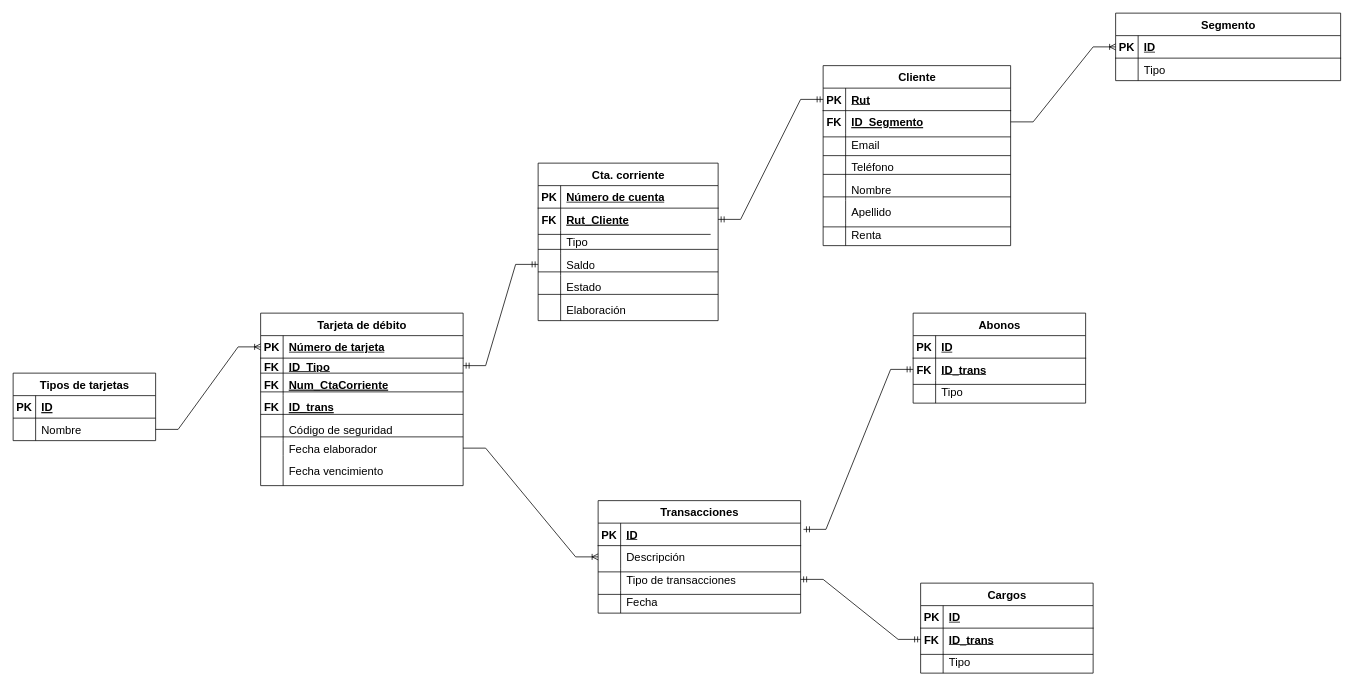
Before: ModeloRelacional.drawio in VicenteMuhr/Database, a draw.io diagram. Source tidied: cells renumbered, new cells numbered last; positions are measured from the earlier drawing's top-left corner, leaving out a move shared by most shapes. Both pictures are drawn from the tidied source at 75%, with x=0, y=0 at pixel (13, 13).
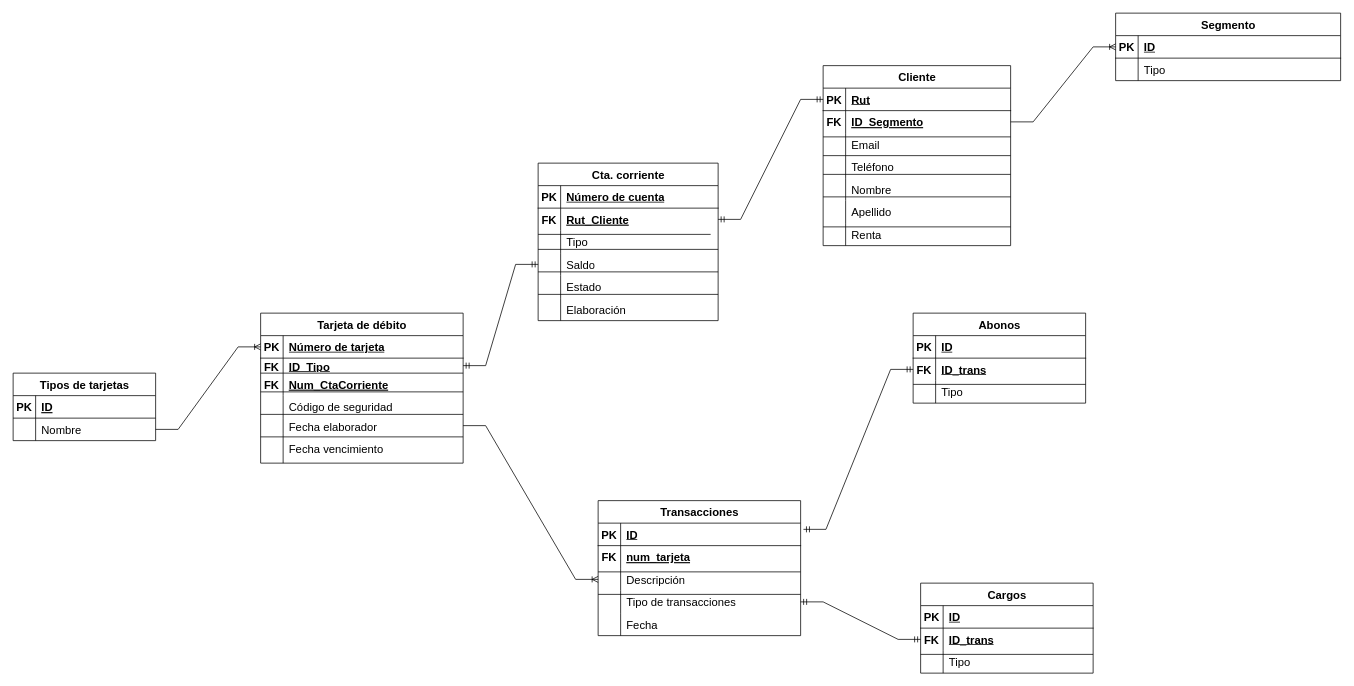
Above is the later version.

The edit, as a diff of the source:
```diff
@@
     <mxCell id="2" value="Tarjeta de débito" style="shape=table;startSize=30;childLayout=tableLayout;rowLines=0;fontStyle=1;align=center;html=1;fontSize=15;" parent="1" vertex="1">
-      <mxGeometry x="330" y="400" width="270" height="230" as="geometry" />
+      <mxGeometry x="330" y="400" width="270" height="200" as="geometry" />
     </mxCell>
@@
-    <mxCell id="12" style="shape=tableRow;horizontal=0;startSize=0;swimlaneHead=0;swimlaneBody=0;fillColor=none;top=0;left=0;right=0;bottom=0;fontSize=15;" parent="2" vertex="1">
-      <mxGeometry y="110" width="270" height="30" as="geometry" />
-    </mxCell>
-    <mxCell id="13" value="FK" style="shape=partialRectangle;fillColor=none;top=0;left=0;bottom=0;right=0;overflow=hidden;fontSize=15;fontStyle=1;" parent="12" vertex="1">
-      <mxGeometry width="30" height="30" as="geometry" />
-    </mxCell>
-    <mxCell id="14" value="ID_trans" style="shape=partialRectangle;fillColor=none;top=0;left=0;bottom=0;right=0;align=left;spacingLeft=6;overflow=hidden;fontSize=15;fontStyle=5;" parent="12" vertex="1">
-      <mxGeometry x="30" width="240" height="30" as="geometry" />
-    </mxCell>
     <mxCell id="15" style="shape=tableRow;horizontal=0;startSize=0;swimlaneHead=0;swimlaneBody=0;fillColor=none;top=0;left=0;right=0;bottom=0;fontSize=15;" parent="2" vertex="1">
-      <mxGeometry y="140" width="270" height="30" as="geometry" />
+      <mxGeometry y="110" width="270" height="30" as="geometry" />
     </mxCell>
@@
     <mxCell id="18" style="shape=tableRow;horizontal=0;startSize=0;swimlaneHead=0;swimlaneBody=0;fillColor=none;points=[[0,0.5],[1,0.5]];portConstraint=eastwest;top=0;left=0;right=0;bottom=0;fontSize=15;" parent="2" vertex="1">
-      <mxGeometry y="170" width="270" height="20" as="geometry" />
+      <mxGeometry y="140" width="270" height="20" as="geometry" />
     </mxCell>
@@
     <mxCell id="21" style="shape=tableRow;horizontal=0;startSize=0;swimlaneHead=0;swimlaneBody=0;fillColor=none;points=[[0,0.5],[1,0.5]];portConstraint=eastwest;top=0;left=0;right=0;bottom=0;fontSize=15;" parent="2" vertex="1">
-      <mxGeometry y="190" width="270" height="40" as="geometry" />
+      <mxGeometry y="160" width="270" height="40" as="geometry" />
     </mxCell>
@@
     <mxCell id="36" value="Transacciones" style="shape=table;startSize=30;childLayout=tableLayout;rowLines=0;fontStyle=1;align=center;html=1;fontSize=15;" parent="1" vertex="1">
-      <mxGeometry x="780" y="650" width="270" height="150" as="geometry" />
+      <mxGeometry x="780" y="650" width="270" height="180" as="geometry" />
     </mxCell>
@@
+    <mxCell id="138" style="shape=tableRow;horizontal=0;startSize=0;swimlaneHead=0;swimlaneBody=0;fillColor=none;top=0;left=0;right=0;bottom=0;fontSize=15;" parent="36" vertex="1">
+      <mxGeometry y="60" width="270" height="30" as="geometry" />
+    </mxCell>
+    <mxCell id="13" value="FK" style="shape=partialRectangle;fillColor=none;top=0;left=0;bottom=0;right=0;overflow=hidden;fontSize=15;fontStyle=1;" parent="138" vertex="1">
+      <mxGeometry width="30" height="30" as="geometry" />
+    </mxCell>
+    <mxCell id="139" value="num_tarjeta" style="shape=partialRectangle;fillColor=none;top=0;left=0;bottom=0;right=0;align=left;spacingLeft=6;overflow=hidden;fontSize=15;fontStyle=5;" parent="138" vertex="1">
+      <mxGeometry x="30" width="240" height="30" as="geometry" />
+    </mxCell>
     <mxCell id="40" style="shape=tableRow;horizontal=0;startSize=0;swimlaneHead=0;swimlaneBody=0;fillColor=none;points=[[0,0.5],[1,0.5]];portConstraint=eastwest;top=0;left=0;right=0;bottom=0;fontSize=15;" parent="36" vertex="1">
-      <mxGeometry y="60" width="270" height="30" as="geometry" />
+      <mxGeometry y="90" width="270" height="30" as="geometry" />
     </mxCell>
@@
     <mxCell id="43" style="shape=tableRow;horizontal=0;startSize=0;swimlaneHead=0;swimlaneBody=0;fillColor=none;points=[[0,0.5],[1,0.5]];portConstraint=eastwest;top=0;left=0;right=0;bottom=0;fontSize=15;" parent="36" vertex="1">
-      <mxGeometry y="90" width="270" height="30" as="geometry" />
+      <mxGeometry y="120" width="270" height="30" as="geometry" />
     </mxCell>
@@
     <mxCell id="46" style="shape=tableRow;horizontal=0;startSize=0;swimlaneHead=0;swimlaneBody=0;fillColor=none;top=0;left=0;right=0;bottom=0;fontSize=15;" parent="36" vertex="1">
-      <mxGeometry y="120" width="270" height="30" as="geometry" />
+      <mxGeometry y="150" width="270" height="30" as="geometry" />
     </mxCell>
```
